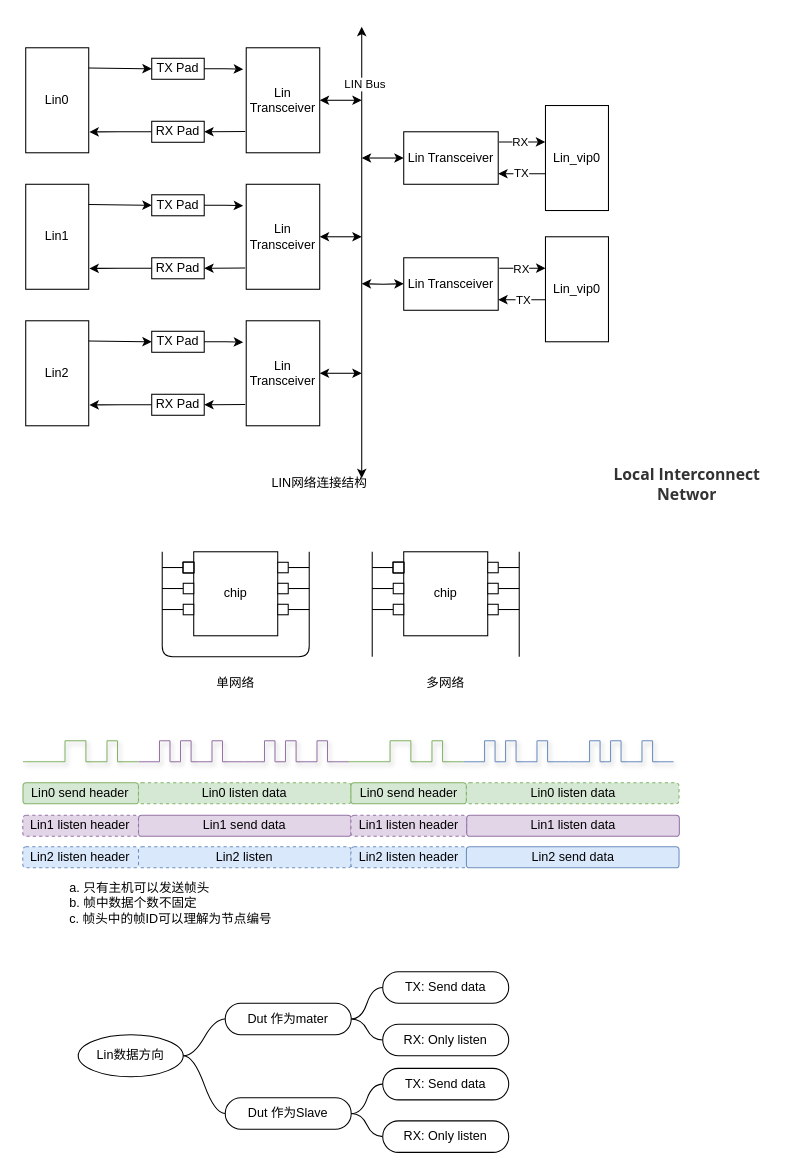
Before: page "第 1 页" (1 of 2) of drawio/flexlin.drawio in iceyxy/flow-chart-drawio, a draw.io diagram. Source tidied: cells renumbered, new cells numbered last; positions are measured from the earlier drawing's top-left corner, leaving out a move shared by most shapes. Both pictures are drawn from the tidied source at 105%, with x=0, y=0 at pixel (22, 26).
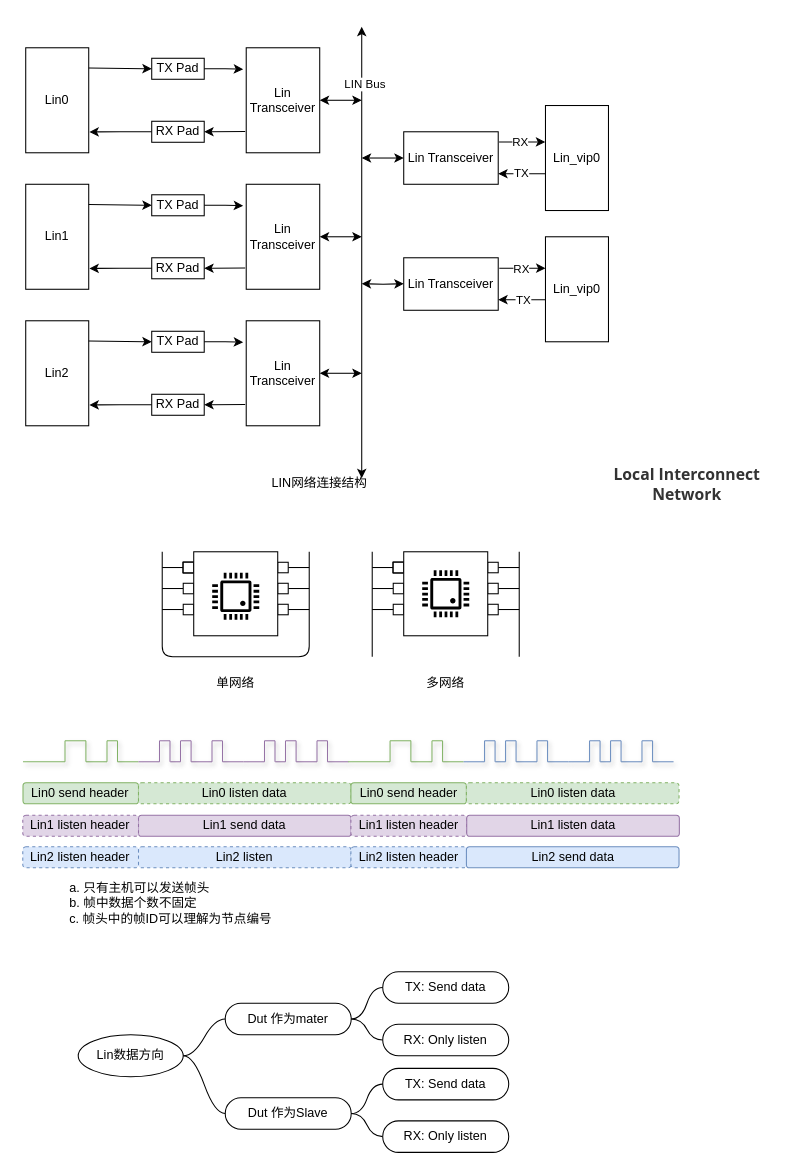
The same page after the edit.

What changed in the source:
```diff
@@
-    <mxCell id="61" style="group;" parent="1" vertex="1">
+    <mxCell id="61" style="group;shadow=0;" parent="1" vertex="1">
       <mxGeometry x="133" y="500" width="340" height="140" as="geometry" />
     </mxCell>
-    <mxCell id="62" value="chip" style="whiteSpace=wrap;html=1;" parent="61" vertex="1">
-      <mxGeometry x="30" width="80" height="80" as="geometry" />
-    </mxCell>
-    <mxCell id="63" style="whiteSpace=wrap;html=1;" parent="61" vertex="1">
+    <mxCell id="63" style="whiteSpace=wrap;html=1;shadow=0;" parent="61" vertex="1">
       <mxGeometry x="20" y="10" width="10" height="10" as="geometry" />
     </mxCell>
-    <mxCell id="64" style="whiteSpace=wrap;html=1;" parent="61" vertex="1">
+    <mxCell id="64" style="whiteSpace=wrap;html=1;shadow=0;" parent="61" vertex="1">
       <mxGeometry x="20" y="10" width="10" height="10" as="geometry" />
     </mxCell>
-    <mxCell id="65" style="whiteSpace=wrap;html=1;" parent="61" vertex="1">
+    <mxCell id="65" style="whiteSpace=wrap;html=1;shadow=0;" parent="61" vertex="1">
       <mxGeometry x="20" y="10" width="10" height="10" as="geometry" />
     </mxCell>
-    <mxCell id="66" style="edgeStyle=orthogonalEdgeStyle;rounded=0;jettySize=auto;html=1;endArrow=none;endFill=0;" parent="61" edge="1" source="67">
+    <mxCell id="66" style="edgeStyle=orthogonalEdgeStyle;rounded=0;jettySize=auto;html=1;endArrow=none;endFill=0;shadow=0;" parent="61" edge="1" source="67">
       <mxGeometry relative="1" as="geometry">
         <mxPoint y="15" as="targetPoint" />
       </mxGeometry>
     </mxCell>
-    <mxCell id="67" style="whiteSpace=wrap;html=1;" parent="61" vertex="1">
+    <mxCell id="67" style="whiteSpace=wrap;html=1;shadow=0;" parent="61" vertex="1">
       <mxGeometry x="20" y="10" width="10" height="10" as="geometry" />
     </mxCell>
-    <mxCell id="68" style="edgeStyle=orthogonalEdgeStyle;rounded=0;jettySize=auto;html=1;endArrow=none;endFill=0;" parent="61" edge="1" source="69">
+    <mxCell id="68" style="edgeStyle=orthogonalEdgeStyle;rounded=0;jettySize=auto;html=1;endArrow=none;endFill=0;shadow=0;" parent="61" edge="1" source="69">
       <mxGeometry relative="1" as="geometry">
         <mxPoint y="35" as="targetPoint" />
       </mxGeometry>
     </mxCell>
-    <mxCell id="69" style="whiteSpace=wrap;html=1;" parent="61" vertex="1">
+    <mxCell id="69" style="whiteSpace=wrap;html=1;shadow=0;" parent="61" vertex="1">
       <mxGeometry x="20" y="30" width="10" height="10" as="geometry" />
     </mxCell>
-    <mxCell id="70" style="edgeStyle=orthogonalEdgeStyle;rounded=0;jettySize=auto;html=1;endArrow=none;endFill=0;" parent="61" edge="1" source="71">
+    <mxCell id="70" style="edgeStyle=orthogonalEdgeStyle;rounded=0;jettySize=auto;html=1;endArrow=none;endFill=0;shadow=0;" parent="61" edge="1" source="71">
       <mxGeometry relative="1" as="geometry">
         <mxPoint y="55" as="targetPoint" />
       </mxGeometry>
     </mxCell>
-    <mxCell id="71" style="whiteSpace=wrap;html=1;" parent="61" vertex="1">
+    <mxCell id="71" style="whiteSpace=wrap;html=1;shadow=0;" parent="61" vertex="1">
       <mxGeometry x="20" y="50" width="10" height="10" as="geometry" />
     </mxCell>
-    <mxCell id="72" style="edgeStyle=orthogonalEdgeStyle;rounded=0;jettySize=auto;html=1;endArrow=none;endFill=0;" parent="61" edge="1" source="73">
+    <mxCell id="72" style="edgeStyle=orthogonalEdgeStyle;rounded=0;jettySize=auto;html=1;endArrow=none;endFill=0;shadow=0;" parent="61" edge="1" source="73">
       <mxGeometry relative="1" as="geometry">
         <mxPoint x="140" y="15" as="targetPoint" />
       </mxGeometry>
     </mxCell>
-    <mxCell id="73" style="whiteSpace=wrap;html=1;" parent="61" vertex="1">
+    <mxCell id="73" style="whiteSpace=wrap;html=1;shadow=0;" parent="61" vertex="1">
       <mxGeometry x="110" y="10" width="10" height="10" as="geometry" />
     </mxCell>
-    <mxCell id="74" style="edgeStyle=orthogonalEdgeStyle;rounded=0;jettySize=auto;html=1;endArrow=none;endFill=0;" parent="61" edge="1" source="75">
+    <mxCell id="74" style="edgeStyle=orthogonalEdgeStyle;rounded=0;jettySize=auto;html=1;endArrow=none;endFill=0;shadow=0;" parent="61" edge="1" source="75">
       <mxGeometry relative="1" as="geometry">
         <mxPoint x="140" y="35" as="targetPoint" />
       </mxGeometry>
     </mxCell>
-    <mxCell id="75" style="whiteSpace=wrap;html=1;" parent="61" vertex="1">
+    <mxCell id="75" style="whiteSpace=wrap;html=1;shadow=0;" parent="61" vertex="1">
       <mxGeometry x="110" y="30" width="10" height="10" as="geometry" />
     </mxCell>
-    <mxCell id="76" style="edgeStyle=orthogonalEdgeStyle;rounded=0;jettySize=auto;html=1;endArrow=none;endFill=0;" parent="61" edge="1" source="77">
+    <mxCell id="76" style="edgeStyle=orthogonalEdgeStyle;rounded=0;jettySize=auto;html=1;endArrow=none;endFill=0;shadow=0;" parent="61" edge="1" source="77">
       <mxGeometry relative="1" as="geometry">
         <mxPoint x="140" y="55" as="targetPoint" />
       </mxGeometry>
     </mxCell>
-    <mxCell id="77" style="whiteSpace=wrap;html=1;" parent="61" vertex="1">
+    <mxCell id="77" style="whiteSpace=wrap;html=1;shadow=0;" parent="61" vertex="1">
       <mxGeometry x="110" y="50" width="10" height="10" as="geometry" />
     </mxCell>
-    <mxCell id="78" style="endArrow=none;html=1;rounded=1;curved=0;" parent="61" edge="1">
+    <mxCell id="78" style="endArrow=none;html=1;rounded=1;curved=0;shadow=0;" parent="61" edge="1">
       <mxGeometry relative="1" as="geometry">
         <mxPoint x="140" as="sourcePoint" />
         <mxPoint as="targetPoint" />
         <Array as="points">
           <mxPoint x="140" y="100" />
           <mxPoint y="100" />
         </Array>
       </mxGeometry>
     </mxCell>
-    <mxCell id="79" value="chip" style="whiteSpace=wrap;html=1;" parent="61" vertex="1">
-      <mxGeometry x="230" width="80" height="80" as="geometry" />
-    </mxCell>
-    <mxCell id="80" style="whiteSpace=wrap;html=1;" parent="61" vertex="1">
+    <mxCell id="80" style="whiteSpace=wrap;html=1;shadow=0;" parent="61" vertex="1">
       <mxGeometry x="220" y="10" width="10" height="10" as="geometry" />
     </mxCell>
-    <mxCell id="81" style="whiteSpace=wrap;html=1;" parent="61" vertex="1">
+    <mxCell id="81" style="whiteSpace=wrap;html=1;shadow=0;" parent="61" vertex="1">
       <mxGeometry x="220" y="10" width="10" height="10" as="geometry" />
     </mxCell>
-    <mxCell id="82" style="whiteSpace=wrap;html=1;" parent="61" vertex="1">
+    <mxCell id="82" style="whiteSpace=wrap;html=1;shadow=0;" parent="61" vertex="1">
       <mxGeometry x="220" y="10" width="10" height="10" as="geometry" />
     </mxCell>
-    <mxCell id="83" style="edgeStyle=orthogonalEdgeStyle;rounded=0;jettySize=auto;html=1;endArrow=none;endFill=0;" parent="61" edge="1" source="84">
+    <mxCell id="83" style="edgeStyle=orthogonalEdgeStyle;rounded=0;jettySize=auto;html=1;endArrow=none;endFill=0;shadow=0;" parent="61" edge="1" source="84">
       <mxGeometry relative="1" as="geometry">
         <mxPoint x="200" y="15" as="targetPoint" />
       </mxGeometry>
     </mxCell>
-    <mxCell id="84" style="whiteSpace=wrap;html=1;" parent="61" vertex="1">
+    <mxCell id="84" style="whiteSpace=wrap;html=1;shadow=0;" parent="61" vertex="1">
       <mxGeometry x="220" y="10" width="10" height="10" as="geometry" />
     </mxCell>
-    <mxCell id="85" style="edgeStyle=orthogonalEdgeStyle;rounded=0;jettySize=auto;html=1;endArrow=none;endFill=0;" parent="61" edge="1" source="86">
+    <mxCell id="85" style="edgeStyle=orthogonalEdgeStyle;rounded=0;jettySize=auto;html=1;endArrow=none;endFill=0;shadow=0;" parent="61" edge="1" source="86">
       <mxGeometry relative="1" as="geometry">
         <mxPoint x="200" y="35" as="targetPoint" />
       </mxGeometry>
     </mxCell>
-    <mxCell id="86" style="whiteSpace=wrap;html=1;" parent="61" vertex="1">
+    <mxCell id="86" style="whiteSpace=wrap;html=1;shadow=0;" parent="61" vertex="1">
       <mxGeometry x="220" y="30" width="10" height="10" as="geometry" />
     </mxCell>
-    <mxCell id="87" style="edgeStyle=orthogonalEdgeStyle;rounded=0;jettySize=auto;html=1;endArrow=none;endFill=0;" parent="61" edge="1" source="88">
+    <mxCell id="87" style="edgeStyle=orthogonalEdgeStyle;rounded=0;jettySize=auto;html=1;endArrow=none;endFill=0;shadow=0;" parent="61" edge="1" source="88">
       <mxGeometry relative="1" as="geometry">
         <mxPoint x="200" y="55" as="targetPoint" />
       </mxGeometry>
     </mxCell>
-    <mxCell id="88" style="whiteSpace=wrap;html=1;" parent="61" vertex="1">
+    <mxCell id="88" style="whiteSpace=wrap;html=1;shadow=0;" parent="61" vertex="1">
       <mxGeometry x="220" y="50" width="10" height="10" as="geometry" />
     </mxCell>
-    <mxCell id="89" style="edgeStyle=orthogonalEdgeStyle;rounded=0;jettySize=auto;html=1;endArrow=none;endFill=0;" parent="61" edge="1" source="90">
+    <mxCell id="89" style="edgeStyle=orthogonalEdgeStyle;rounded=0;jettySize=auto;html=1;endArrow=none;endFill=0;shadow=0;" parent="61" edge="1" source="90">
       <mxGeometry relative="1" as="geometry">
         <mxPoint x="340" y="15" as="targetPoint" />
       </mxGeometry>
     </mxCell>
-    <mxCell id="90" style="whiteSpace=wrap;html=1;" parent="61" vertex="1">
+    <mxCell id="90" style="whiteSpace=wrap;html=1;shadow=0;" parent="61" vertex="1">
       <mxGeometry x="310" y="10" width="10" height="10" as="geometry" />
     </mxCell>
-    <mxCell id="91" style="edgeStyle=orthogonalEdgeStyle;rounded=0;jettySize=auto;html=1;endArrow=none;endFill=0;" parent="61" edge="1" source="92">
+    <mxCell id="91" style="edgeStyle=orthogonalEdgeStyle;rounded=0;jettySize=auto;html=1;endArrow=none;endFill=0;shadow=0;" parent="61" edge="1" source="92">
       <mxGeometry relative="1" as="geometry">
         <mxPoint x="340" y="35" as="targetPoint" />
       </mxGeometry>
     </mxCell>
-    <mxCell id="92" style="whiteSpace=wrap;html=1;" parent="61" vertex="1">
+    <mxCell id="92" style="whiteSpace=wrap;html=1;shadow=0;" parent="61" vertex="1">
       <mxGeometry x="310" y="30" width="10" height="10" as="geometry" />
     </mxCell>
-    <mxCell id="93" style="edgeStyle=orthogonalEdgeStyle;rounded=0;jettySize=auto;html=1;endArrow=none;endFill=0;" parent="61" edge="1" source="94">
+    <mxCell id="93" style="edgeStyle=orthogonalEdgeStyle;rounded=0;jettySize=auto;html=1;endArrow=none;endFill=0;shadow=0;" parent="61" edge="1" source="94">
       <mxGeometry relative="1" as="geometry">
         <mxPoint x="340" y="55" as="targetPoint" />
       </mxGeometry>
     </mxCell>
-    <mxCell id="94" style="whiteSpace=wrap;html=1;" parent="61" vertex="1">
+    <mxCell id="94" style="whiteSpace=wrap;html=1;shadow=0;" parent="61" vertex="1">
       <mxGeometry x="310" y="50" width="10" height="10" as="geometry" />
     </mxCell>
-    <mxCell id="95" style="endArrow=none;html=1;rounded=0;" parent="61" edge="1">
+    <mxCell id="95" style="endArrow=none;html=1;rounded=0;shadow=0;" parent="61" edge="1">
       <mxGeometry relative="1" as="geometry">
         <mxPoint x="200" y="100" as="sourcePoint" />
         <mxPoint x="200" as="targetPoint" />
       </mxGeometry>
     </mxCell>
-    <mxCell id="96" style="endArrow=none;html=1;rounded=0;" parent="61" edge="1">
+    <mxCell id="96" style="endArrow=none;html=1;rounded=0;shadow=0;" parent="61" edge="1">
       <mxGeometry relative="1" as="geometry">
         <mxPoint x="340" y="100" as="sourcePoint" />
         <mxPoint x="340" as="targetPoint" />
       </mxGeometry>
     </mxCell>
-    <mxCell id="97" value="单网络" style="text;strokeColor=none;align=center;fillColor=none;html=1;verticalAlign=middle;whiteSpace=wrap;rounded=0;" parent="61" vertex="1">
+    <mxCell id="97" value="单网络" style="text;strokeColor=none;align=center;fillColor=none;html=1;verticalAlign=middle;whiteSpace=wrap;rounded=0;shadow=0;" parent="61" vertex="1">
       <mxGeometry x="40" y="110" width="60" height="30" as="geometry" />
     </mxCell>
-    <mxCell id="98" value="多网络" style="text;strokeColor=none;align=center;fillColor=none;html=1;verticalAlign=middle;whiteSpace=wrap;rounded=0;" parent="61" vertex="1">
+    <mxCell id="98" value="多网络" style="text;strokeColor=none;align=center;fillColor=none;html=1;verticalAlign=middle;whiteSpace=wrap;rounded=0;shadow=0;" parent="61" vertex="1">
       <mxGeometry x="240" y="110" width="60" height="30" as="geometry" />
     </mxCell>
+    <mxCell id="62" style="whiteSpace=wrap;html=1;shadow=0;" parent="61" vertex="1">
+      <mxGeometry x="30" width="80" height="80" as="geometry" />
+    </mxCell>
+    <mxCell id="79" style="whiteSpace=wrap;html=1;shadow=0;" parent="61" vertex="1">
+      <mxGeometry x="230" width="80" height="80" as="geometry" />
+    </mxCell>
+    <mxCell id="184" style="shadow=0;dashed=0;html=1;strokeColor=none;fillColor=#000000;labelPosition=center;verticalLabelPosition=bottom;verticalAlign=top;align=center;shape=mxgraph.veeam.cpu;" parent="61" vertex="1">
+      <mxGeometry x="47.6" y="20" width="44.8" height="44.8" as="geometry" />
+    </mxCell>
+    <mxCell id="185" style="shadow=0;dashed=0;html=1;strokeColor=none;fillColor=#000000;labelPosition=center;verticalLabelPosition=bottom;verticalAlign=top;align=center;shape=mxgraph.veeam.cpu;strokeWidth=1;" parent="61" vertex="1">
+      <mxGeometry x="247.6" y="17.6" width="44.8" height="44.8" as="geometry" />
+    </mxCell>
@@
-    <mxCell id="183" value="&lt;span style=&quot;color: rgb(51, 51, 51); font-family: &amp;quot;Open Sans&amp;quot;, &amp;quot;Clear Sans&amp;quot;, &amp;quot;Helvetica Neue&amp;quot;, Helvetica, Arial, sans-serif; font-size: 15px; orphans: 4; text-align: start; white-space-collapse: preserve; background-color: rgb(255, 255, 255);&quot;&gt;&lt;b&gt;Local Interconnect Networ&lt;/b&gt;&lt;/span&gt;" style="text;strokeColor=none;align=center;fillColor=none;html=1;verticalAlign=middle;whiteSpace=wrap;rounded=0;" parent="1" vertex="1">
+    <mxCell id="183" value="&lt;span style=&quot;color: rgb(51, 51, 51); font-family: &amp;quot;Open Sans&amp;quot;, &amp;quot;Clear Sans&amp;quot;, &amp;quot;Helvetica Neue&amp;quot;, Helvetica, Arial, sans-serif; font-size: 15px; orphans: 4; text-align: start; white-space-collapse: preserve; background-color: rgb(255, 255, 255);&quot;&gt;&lt;b&gt;Local Interconnect Network&lt;/b&gt;&lt;/span&gt;" style="text;strokeColor=none;align=center;fillColor=none;html=1;verticalAlign=middle;whiteSpace=wrap;rounded=0;" parent="1" vertex="1">
       <mxGeometry x="553" y="420" width="160" height="30" as="geometry" />
     </mxCell>
```
